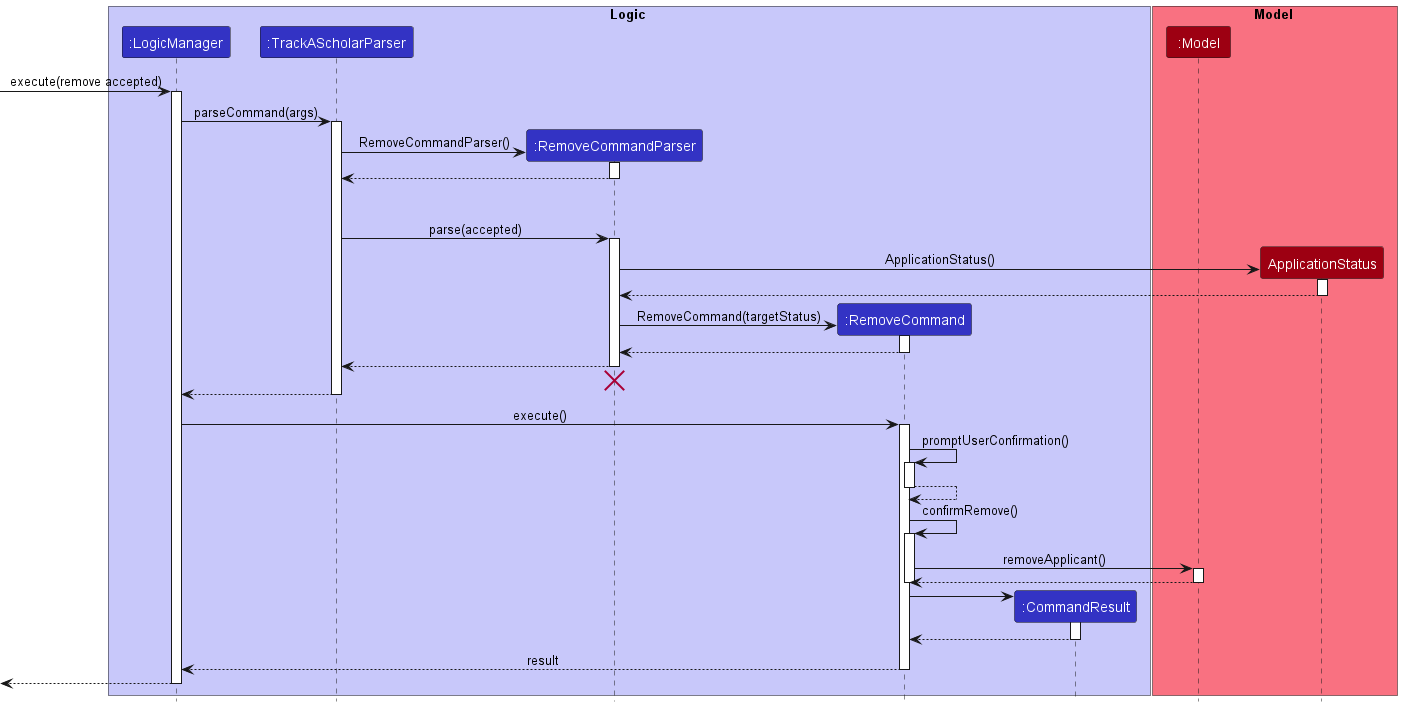
This is docs/images/RemoveSequenceDiagram.png from nus-cs2103-AY2223S1/tp, a PlantUML export, as it was before one commit.
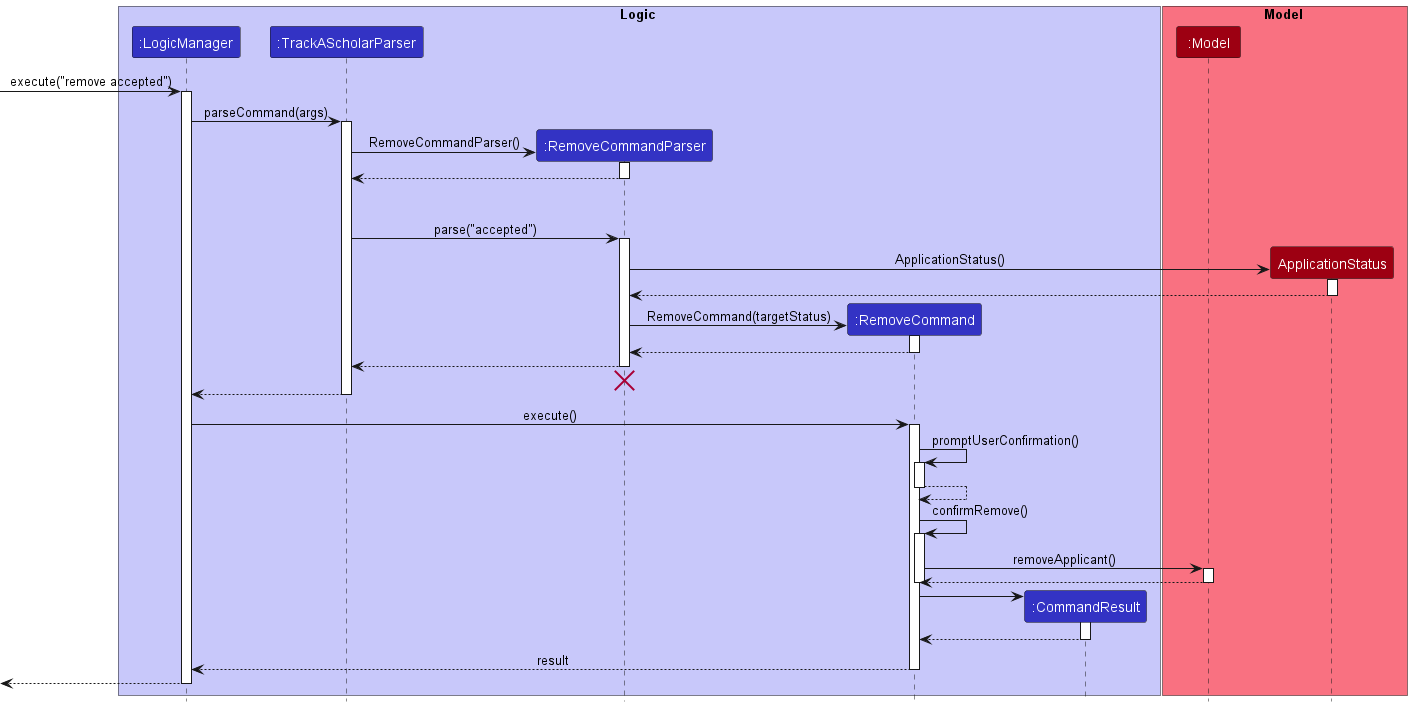
Later version of the same file.

The edit, as a diff of the source:
```diff
@@ -16,7 +16,7 @@
 participant "ApplicationStatus" as ApplicationStatus MODEL_COLOR
 end box
 
-[-> LogicManager : execute(remove accepted)
+[-> LogicManager : execute("remove accepted")
 activate LogicManager
 
 LogicManager -> TrackAScholarParser : parseCommand(args)
@@ -31,7 +31,7 @@
 
 RemoveCommandParser -[hidden]-> TrackAScholarParser: BUFFER_MESSAGE
 
-TrackAScholarParser -> RemoveCommandParser : parse(accepted)
+TrackAScholarParser -> RemoveCommandParser : parse("accepted")
 activate RemoveCommandParser
 
 create ApplicationStatus
```
